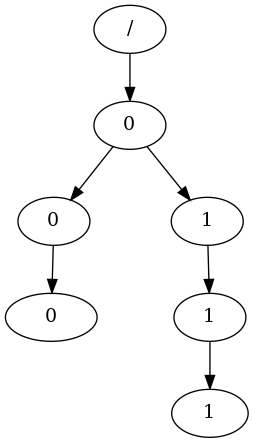
krook1024-uni-archive/textbook keeps this Graphviz diagram as pictures/binfa.png. Above is the earlier version. Its source is kept beside it as pictures/binfa.gv.
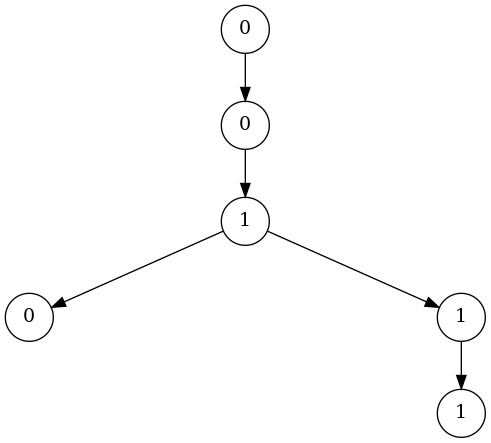
The same file after the commit.

What changed in the source:
```diff
@@ -1,11 +1,15 @@
-digraph G {
-	nodesep=0.8;
-	ranksep=0.5;
+digraph BINFA {
+	node [ shape = circle ];
+	nodesep=4;
+	l1 [ label = "0" ];
+	l2 [ label = "0" ];
+	l3 [ label = "1" ];
+	l4 [ label = "0" ];
+	l5 [ label = "1" ];
+	l6 [ label = "1" ];
 
-	"/" -> 0
-	0 -> " 0 "
-	0 -> 1
-	" 0 " -> "   0   "
-	1 -> " 1 "
-	" 1 " -> "  1  "
+	l1 -> l2;
+	l2 -> l3;
+	l3 -> { l4 l5 };
+	l5 -> l6;
 }
```
